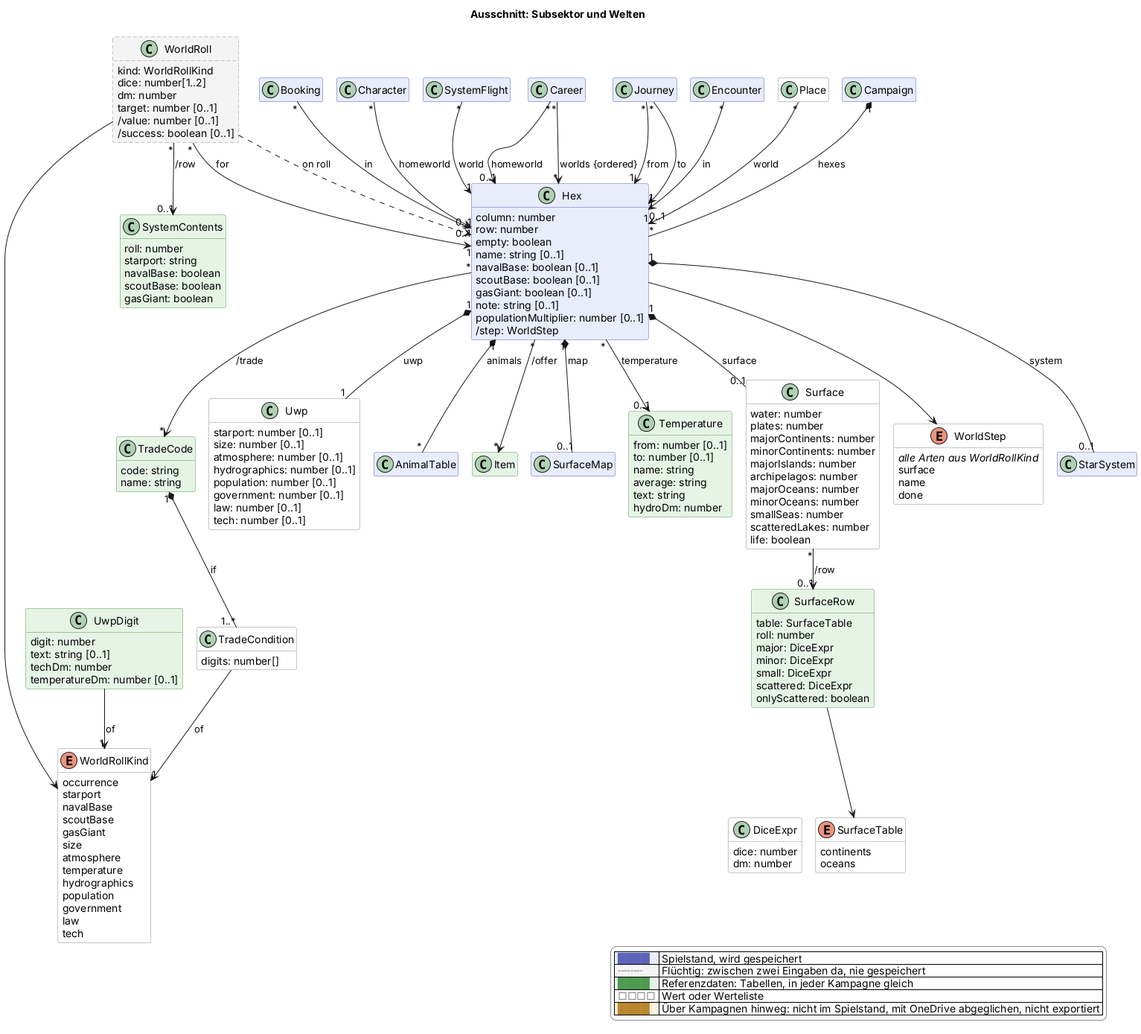
Earlier version of the PlantUML export docs/views/sektor.png (scuzzar/SRE).
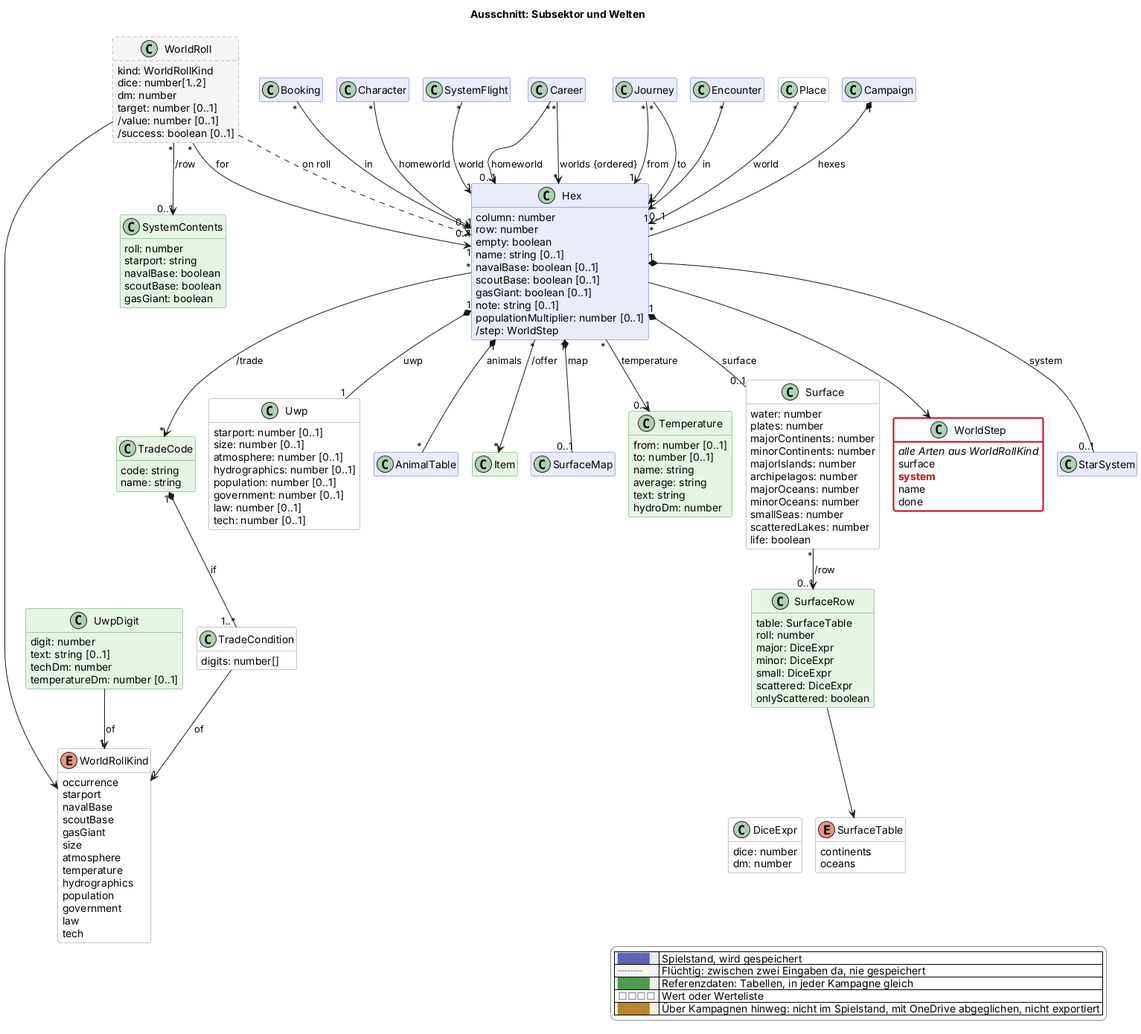
Above is the later version.

Diff of the diagram source:
```diff
@@ -196,6 +196,7 @@
   enum WorldStep <<value>> $sektor {
     <i>alle Arten aus WorldRollKind</i>
     surface
+    $new("2026-11-20", "system")
     name
     done
   }
@@ -251,4 +252,5 @@
   |<#ffffff> <color:#8a8a8a>□□□□</color> | Wert oder Werteliste |
   |<#fdf1dc> <color:#b8862e>████</color> | Über Kampagnen hinweg: nicht im Spielstand, mit OneDrive abgeglichen, nicht exportiert |
 endlegend
+class WorldStep #line:d0021b;line.bold
 @enduml
```
